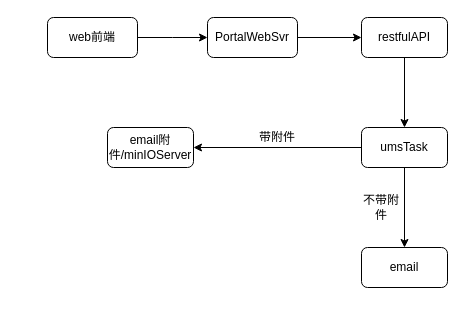
Earlier version of the draw.io diagram 邮件附件.drawio (carrot369/-). Source tidied: cells renumbered, new cells numbered last; positions are measured from the earlier drawing's top-left corner, leaving out a move shared by most shapes. Both pictures are drawn from the tidied source at 100%, with x=0, y=0 at pixel (47, 17).
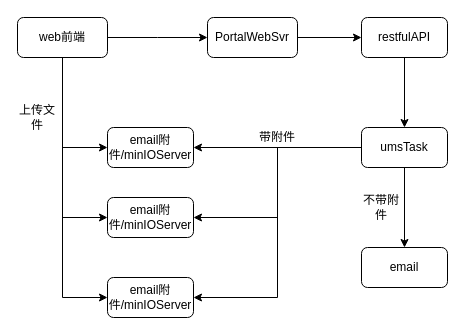
Above is the later version.

Commit message:
更新邮件附件.drawio

The change refers to these unchanged cells:
```xml
<mxCell id="12" value="email附件/minIOServer" style="rounded=1;whiteSpace=wrap;html=1;fontSize=12;glass=0;strokeWidth=1;shadow=0;" parent="1" vertex="1">
  <mxGeometry x="60" y="110" width="86" height="40" as="geometry" />
</mxCell>
<mxCell id="13" value="带附件" style="text;html=1;strokeColor=none;fillColor=none;align=center;verticalAlign=middle;whiteSpace=wrap;rounded=0;" parent="1" vertex="1">
  <mxGeometry x="210" y="110" width="40" height="20" as="geometry" />
</mxCell>
```

What changed in the source:
```diff
@@
+    <mxCell id="15" style="edgeStyle=orthogonalEdgeStyle;rounded=0;jettySize=auto;html=1;entryX=0;entryY=0.5;entryDx=0;entryDy=0;" parent="1" edge="1" source="3" target="12">
+      <mxGeometry relative="1" as="geometry" />
+    </mxCell>
+    <mxCell id="16" style="edgeStyle=orthogonalEdgeStyle;rounded=0;jettySize=auto;html=1;entryX=0;entryY=0.5;entryDx=0;entryDy=0;" parent="1" edge="1" source="3" target="20">
+      <mxGeometry relative="1" as="geometry" />
+    </mxCell>
+    <mxCell id="17" style="edgeStyle=orthogonalEdgeStyle;rounded=0;jettySize=auto;html=1;entryX=0;entryY=0.5;entryDx=0;entryDy=0;" parent="1" edge="1" source="3" target="21">
+      <mxGeometry relative="1" as="geometry" />
+    </mxCell>
     <mxCell id="3" value="web前端" style="rounded=1;whiteSpace=wrap;html=1;fontSize=12;glass=0;strokeWidth=1;shadow=0;" parent="1" vertex="1">
-      <mxGeometry width="90" height="40" as="geometry" />
+      <mxGeometry x="-30" width="90" height="40" as="geometry" />
     </mxCell>
@@
+    <mxCell id="18" style="edgeStyle=orthogonalEdgeStyle;rounded=0;jettySize=auto;html=1;entryX=1;entryY=0.5;entryDx=0;entryDy=0;exitX=0.5;exitY=1;exitDx=0;exitDy=0;" parent="1" edge="1" source="13" target="20">
+      <mxGeometry relative="1" as="geometry" />
+    </mxCell>
@@
+    <mxCell id="19" style="edgeStyle=orthogonalEdgeStyle;rounded=0;jettySize=auto;html=1;exitX=0.5;exitY=1;exitDx=0;exitDy=0;entryX=1;entryY=0.5;entryDx=0;entryDy=0;" parent="1" edge="1" source="13" target="21">
+      <mxGeometry relative="1" as="geometry" />
+    </mxCell>
@@
+    <mxCell id="20" value="email附件/minIOServer" style="rounded=1;whiteSpace=wrap;html=1;fontSize=12;glass=0;strokeWidth=1;shadow=0;" parent="1" vertex="1">
+      <mxGeometry x="60" y="180" width="86" height="40" as="geometry" />
+    </mxCell>
+    <mxCell id="21" value="email附件/minIOServer" style="rounded=1;whiteSpace=wrap;html=1;fontSize=12;glass=0;strokeWidth=1;shadow=0;" parent="1" vertex="1">
+      <mxGeometry x="60" y="260" width="86" height="40" as="geometry" />
+    </mxCell>
+    <mxCell id="22" value="上传文件" style="text;html=1;strokeColor=none;fillColor=none;align=center;verticalAlign=middle;whiteSpace=wrap;rounded=0;" parent="1" vertex="1">
+      <mxGeometry x="-30" y="90" width="40" height="20" as="geometry" />
+    </mxCell>
```
